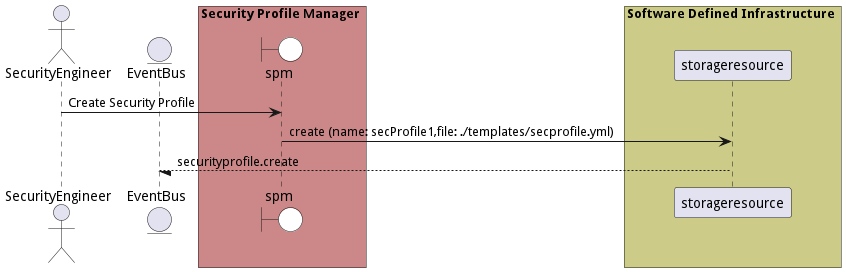
Above: docs/edgemere/sa/spm/usecases/managesecurityprofiles/CreateSecurityProfile.png in madajaju/edgemere (PlantUML), before the change.
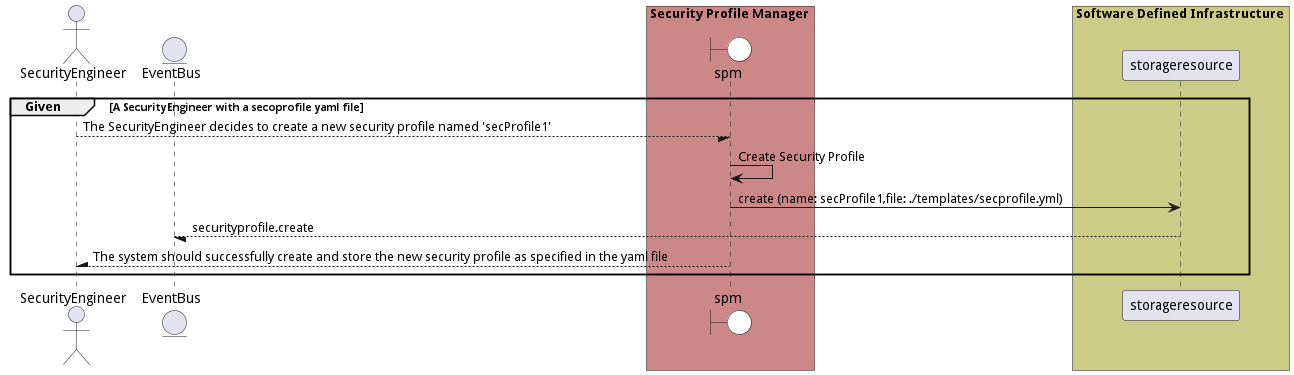
Above is the later version.

Change to the diagram source:
```diff
@@ -1,4 +1,5 @@
 @startuml
+
 
 actor "SecurityEngineer"
 
@@ -14,8 +15,10 @@
             participant storageresource
     end box
 
+group Given [A SecurityEngineer with a secoprofile yaml file]
 
-"SecurityEngineer" -> spm: Create Security Profile
+"SecurityEngineer" --/ spm: The SecurityEngineer decides to create a new security profile named &#39;secProfile1&#39;
+"spm" -> spm: Create Security Profile
 
     spm -> "storageresource": create (name: secProfile1,file: ./templates/secprofile.yml)
 
@@ -23,4 +26,9 @@
 
 
 
+"SecurityEngineer" /-- spm: The system should successfully create and store the new security profile as specified in the yaml file
+
+
+end
+
 @enduml
```
